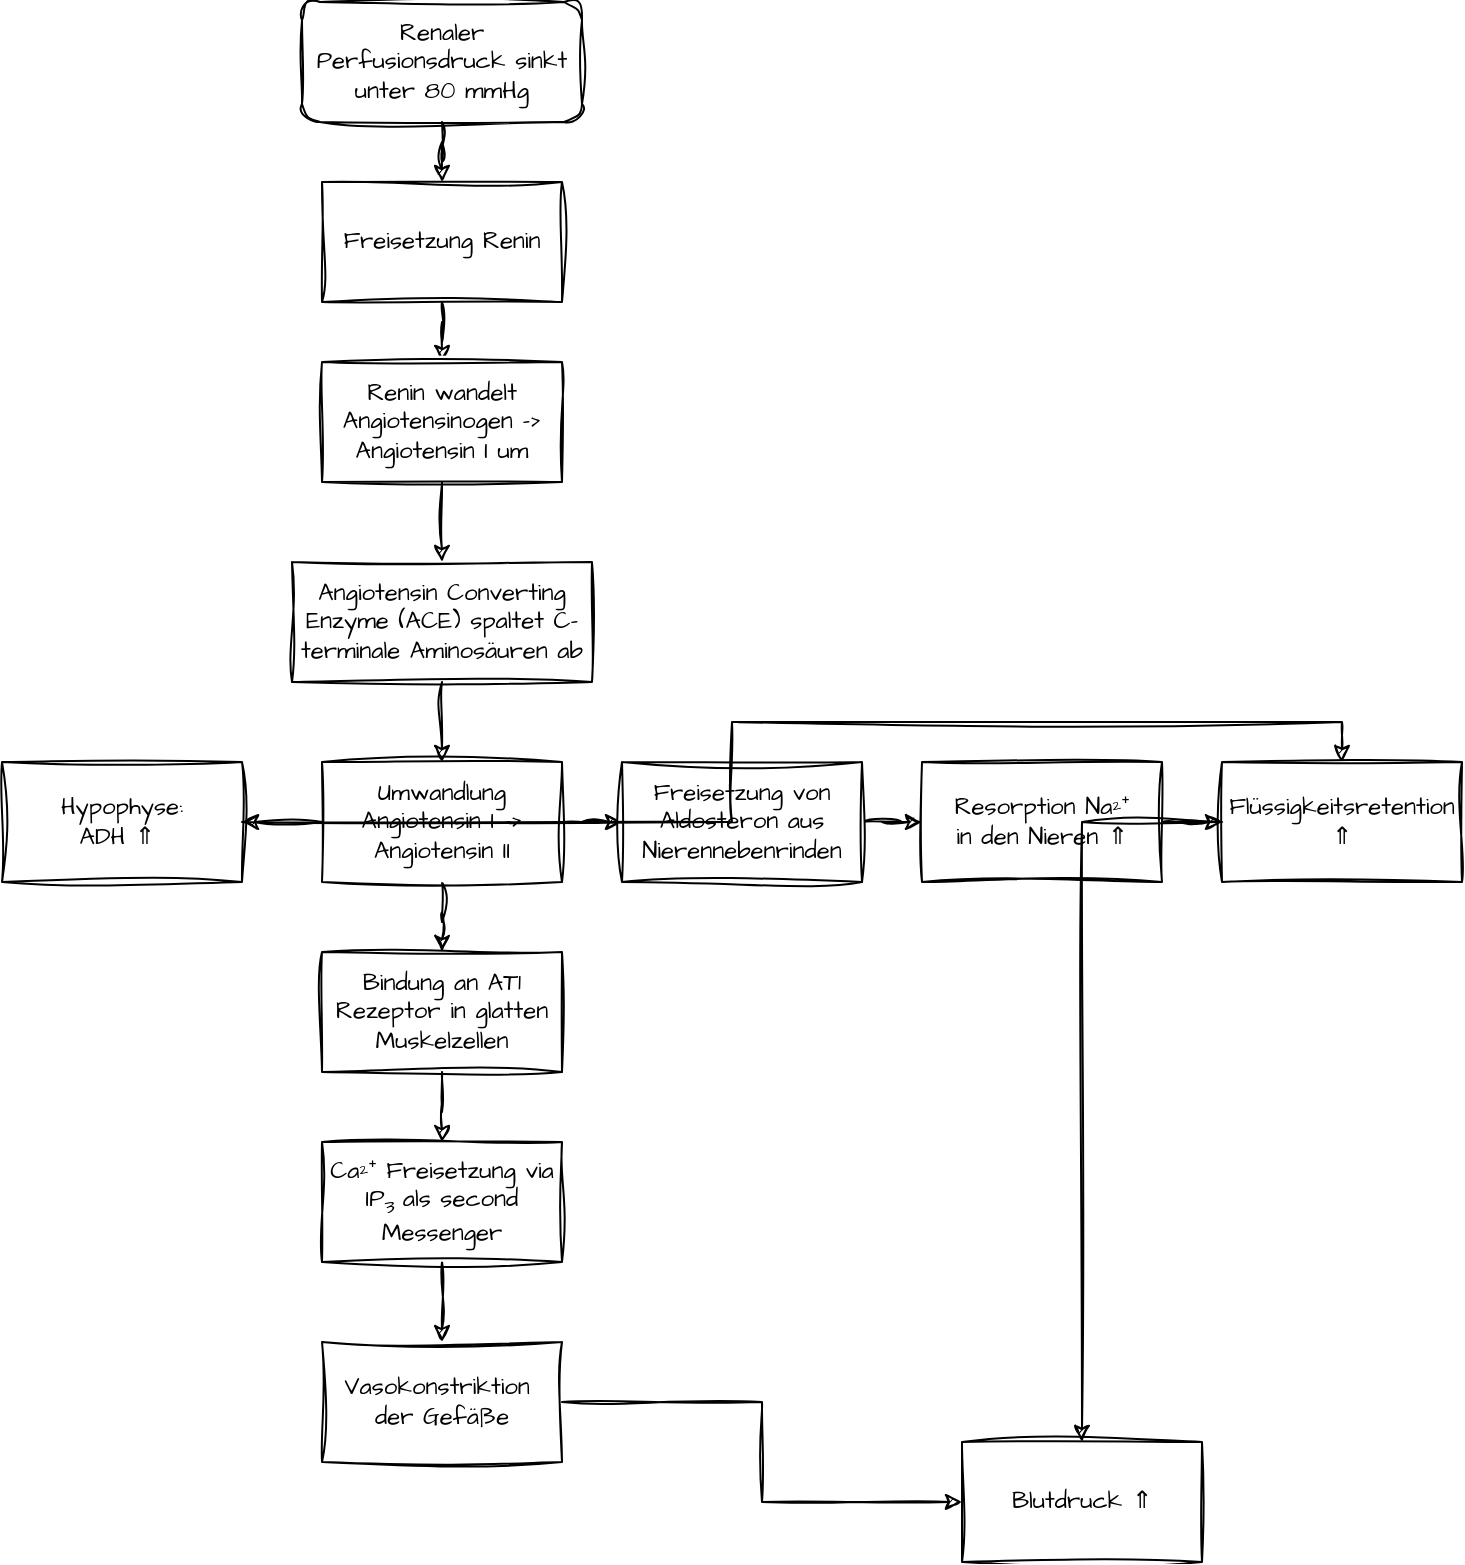
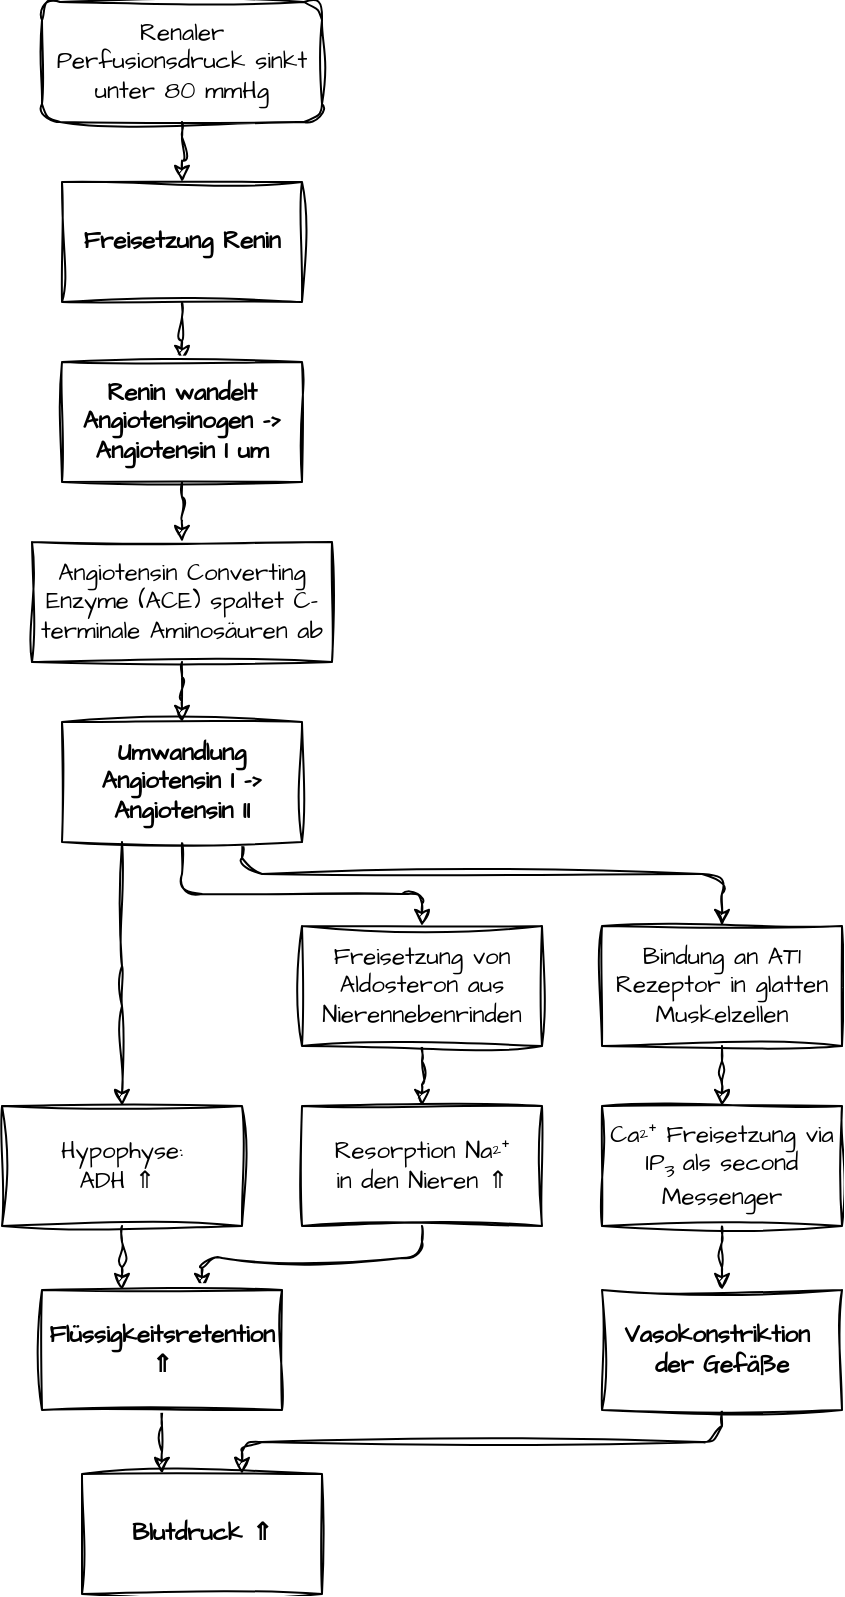
<mxfile host="app.diagrams.net">
  <diagram name="Seite-1" id="3vT7BCa4hSV5cuEZ7M_v">
    <mxGraphModel dx="845" dy="524" grid="1" gridSize="10" guides="1" tooltips="1" connect="1" arrows="1" fold="1" page="1" pageScale="1" pageWidth="1169" pageHeight="1169" math="0" shadow="0">
      <root>
        <mxCell id="0" />
        <mxCell id="1" parent="0" />
-         <mxCell id="sdY4kSpYT_L-ujRjTkg0-16" edge="1" parent="1" source="BMsZ626boooxKEdj5vMw-2" style="edgeStyle=orthogonalEdgeStyle;rounded=0;sketch=1;hachureGap=4;jiggle=2;curveFitting=1;orthogonalLoop=1;jettySize=auto;html=1;fontFamily=Architects Daughter;fontSource=https%3A%2F%2Ffonts.googleapis.com%2Fcss%3Ffamily%3DArchitects%2BDaughter;" target="BMsZ626boooxKEdj5vMw-3">
-           <mxGeometry relative="1" as="geometry" />
+         <mxCell id="sdY4kSpYT_L-ujRjTkg0-16" edge="1" parent="1" source="BMsZ626boooxKEdj5vMw-2" style="edgeStyle=orthogonalEdgeStyle;rounded=1;sketch=1;hachureGap=4;jiggle=2;curveFitting=1;orthogonalLoop=1;jettySize=auto;html=1;fontFamily=Architects Daughter;fontSource=https%3A%2F%2Ffonts.googleapis.com%2Fcss%3Ffamily%3DArchitects%2BDaughter;curved=0;exitX=0.5;exitY=1;entryX=0.5;entryY=0;" target="BMsZ626boooxKEdj5vMw-3">
+           <mxGeometry relative="1" as="geometry">
+             <Array as="points">
+               <mxPoint x="110" y="95" />
+             </Array>
+           </mxGeometry>
        </mxCell>
        <mxCell id="BMsZ626boooxKEdj5vMw-2" parent="1" style="rounded=1;whiteSpace=wrap;html=1;sketch=1;hachureGap=4;jiggle=2;curveFitting=1;fontFamily=Architects Daughter;fontSource=https%3A%2F%2Ffonts.googleapis.com%2Fcss%3Ffamily%3DArchitects%2BDaughter;" value="Renaler Perfusionsdruck sinkt unter 80 mmHg" vertex="1">
-           <mxGeometry height="60" width="140" x="170" y="110" as="geometry" />
+           <mxGeometry height="60" width="140" x="40" y="20" as="geometry" />
        </mxCell>
-         <mxCell id="sdY4kSpYT_L-ujRjTkg0-17" edge="1" parent="1" source="BMsZ626boooxKEdj5vMw-3" style="edgeStyle=orthogonalEdgeStyle;rounded=0;sketch=1;hachureGap=4;jiggle=2;curveFitting=1;orthogonalLoop=1;jettySize=auto;html=1;fontFamily=Architects Daughter;fontSource=https%3A%2F%2Ffonts.googleapis.com%2Fcss%3Ffamily%3DArchitects%2BDaughter;" target="BMsZ626boooxKEdj5vMw-4">
-           <mxGeometry relative="1" as="geometry" />
+         <mxCell id="sdY4kSpYT_L-ujRjTkg0-17" edge="1" parent="1" source="BMsZ626boooxKEdj5vMw-3" style="edgeStyle=orthogonalEdgeStyle;rounded=1;sketch=1;hachureGap=4;jiggle=2;curveFitting=1;orthogonalLoop=1;jettySize=auto;html=1;fontFamily=Architects Daughter;fontSource=https%3A%2F%2Ffonts.googleapis.com%2Fcss%3Ffamily%3DArchitects%2BDaughter;curved=0;exitX=0.5;exitY=1;entryX=0.5;entryY=0;" target="BMsZ626boooxKEdj5vMw-4">
+           <mxGeometry relative="1" as="geometry">
+             <Array as="points">
+               <mxPoint x="110" y="185" />
+             </Array>
+           </mxGeometry>
        </mxCell>
-         <mxCell id="BMsZ626boooxKEdj5vMw-3" parent="1" style="whiteSpace=wrap;html=1;sketch=1;hachureGap=4;jiggle=2;curveFitting=1;fontFamily=Architects Daughter;fontSource=https%3A%2F%2Ffonts.googleapis.com%2Fcss%3Ffamily%3DArchitects%2BDaughter;" value="Freisetzung Renin" vertex="1">
-           <mxGeometry height="60" width="120" x="180" y="200" as="geometry" />
+         <mxCell id="BMsZ626boooxKEdj5vMw-3" parent="1" style="whiteSpace=wrap;html=1;sketch=1;hachureGap=4;jiggle=2;curveFitting=1;fontFamily=Architects Daughter;fontSource=https%3A%2F%2Ffonts.googleapis.com%2Fcss%3Ffamily%3DArchitects%2BDaughter;fontStyle=1" value="Freisetzung Renin" vertex="1">
+           <mxGeometry height="60" width="120" x="50" y="110" as="geometry" />
        </mxCell>
-         <mxCell id="sdY4kSpYT_L-ujRjTkg0-18" edge="1" parent="1" source="BMsZ626boooxKEdj5vMw-4" style="edgeStyle=orthogonalEdgeStyle;rounded=0;sketch=1;hachureGap=4;jiggle=2;curveFitting=1;orthogonalLoop=1;jettySize=auto;html=1;fontFamily=Architects Daughter;fontSource=https%3A%2F%2Ffonts.googleapis.com%2Fcss%3Ffamily%3DArchitects%2BDaughter;" target="BMsZ626boooxKEdj5vMw-5">
-           <mxGeometry relative="1" as="geometry" />
+         <mxCell id="sdY4kSpYT_L-ujRjTkg0-18" edge="1" parent="1" source="BMsZ626boooxKEdj5vMw-4" style="edgeStyle=orthogonalEdgeStyle;rounded=1;sketch=1;hachureGap=4;jiggle=2;curveFitting=1;orthogonalLoop=1;jettySize=auto;html=1;fontFamily=Architects Daughter;fontSource=https%3A%2F%2Ffonts.googleapis.com%2Fcss%3Ffamily%3DArchitects%2BDaughter;curved=0;exitX=0.5;exitY=1;entryX=0.5;entryY=0;" target="BMsZ626boooxKEdj5vMw-5">
+           <mxGeometry relative="1" as="geometry">
+             <Array as="points">
+               <mxPoint x="110" y="275" />
+             </Array>
+           </mxGeometry>
        </mxCell>
-         <mxCell id="BMsZ626boooxKEdj5vMw-4" parent="1" style="whiteSpace=wrap;html=1;sketch=1;hachureGap=4;jiggle=2;curveFitting=1;fontFamily=Architects Daughter;fontSource=https%3A%2F%2Ffonts.googleapis.com%2Fcss%3Ffamily%3DArchitects%2BDaughter;" value="Renin wandelt Angiotensinogen -&amp;gt; Angiotensin I um" vertex="1">
-           <mxGeometry height="60" width="120" x="180" y="290" as="geometry" />
+         <mxCell id="BMsZ626boooxKEdj5vMw-4" parent="1" style="whiteSpace=wrap;html=1;sketch=1;hachureGap=4;jiggle=2;curveFitting=1;fontFamily=Architects Daughter;fontSource=https%3A%2F%2Ffonts.googleapis.com%2Fcss%3Ffamily%3DArchitects%2BDaughter;fontStyle=1" value="Renin wandelt Angiotensinogen -&amp;gt; Angiotensin I um" vertex="1">
+           <mxGeometry height="60" width="120" x="50" y="200" as="geometry" />
        </mxCell>
-         <mxCell id="sdY4kSpYT_L-ujRjTkg0-19" edge="1" parent="1" source="BMsZ626boooxKEdj5vMw-5" style="edgeStyle=orthogonalEdgeStyle;rounded=0;sketch=1;hachureGap=4;jiggle=2;curveFitting=1;orthogonalLoop=1;jettySize=auto;html=1;fontFamily=Architects Daughter;fontSource=https%3A%2F%2Ffonts.googleapis.com%2Fcss%3Ffamily%3DArchitects%2BDaughter;" target="BMsZ626boooxKEdj5vMw-7">
-           <mxGeometry relative="1" as="geometry" />
+         <mxCell id="sdY4kSpYT_L-ujRjTkg0-19" edge="1" parent="1" source="BMsZ626boooxKEdj5vMw-5" style="edgeStyle=orthogonalEdgeStyle;rounded=1;sketch=1;hachureGap=4;jiggle=2;curveFitting=1;orthogonalLoop=1;jettySize=auto;html=1;fontFamily=Architects Daughter;fontSource=https%3A%2F%2Ffonts.googleapis.com%2Fcss%3Ffamily%3DArchitects%2BDaughter;curved=0;exitX=0.5;exitY=1;entryX=0.5;entryY=0;" target="BMsZ626boooxKEdj5vMw-7">
+           <mxGeometry relative="1" as="geometry">
+             <Array as="points">
+               <mxPoint x="110" y="365" />
+             </Array>
+           </mxGeometry>
        </mxCell>
        <mxCell id="BMsZ626boooxKEdj5vMw-5" parent="1" style="whiteSpace=wrap;html=1;sketch=1;hachureGap=4;jiggle=2;curveFitting=1;fontFamily=Architects Daughter;fontSource=https%3A%2F%2Ffonts.googleapis.com%2Fcss%3Ffamily%3DArchitects%2BDaughter;" value="Angiotensin Converting Enzyme (ACE) spaltet C-terminale Aminosäuren ab" vertex="1">
-           <mxGeometry height="60" width="150" x="165" y="390" as="geometry" />
+           <mxGeometry height="60" width="150" x="35" y="290" as="geometry" />
        </mxCell>
-         <mxCell id="sdY4kSpYT_L-ujRjTkg0-7" edge="1" parent="1" source="BMsZ626boooxKEdj5vMw-7" style="edgeStyle=orthogonalEdgeStyle;rounded=0;sketch=1;hachureGap=4;jiggle=2;curveFitting=1;orthogonalLoop=1;jettySize=auto;html=1;fontFamily=Architects Daughter;fontSource=https%3A%2F%2Ffonts.googleapis.com%2Fcss%3Ffamily%3DArchitects%2BDaughter;" target="sdY4kSpYT_L-ujRjTkg0-6">
-           <mxGeometry relative="1" as="geometry" />
+         <mxCell id="sdY4kSpYT_L-ujRjTkg0-7" edge="1" parent="1" source="BMsZ626boooxKEdj5vMw-7" style="edgeStyle=orthogonalEdgeStyle;rounded=1;sketch=1;hachureGap=4;jiggle=2;curveFitting=1;orthogonalLoop=1;jettySize=auto;html=1;fontFamily=Architects Daughter;fontSource=https%3A%2F%2Ffonts.googleapis.com%2Fcss%3Ffamily%3DArchitects%2BDaughter;curved=0;exitX=0.25;exitY=1;entryX=0.5;entryY=0;" target="sdY4kSpYT_L-ujRjTkg0-6">
+           <mxGeometry relative="1" as="geometry">
+             <Array as="points">
+               <mxPoint x="80" y="512" />
+             </Array>
+           </mxGeometry>
        </mxCell>
-         <mxCell id="sdY4kSpYT_L-ujRjTkg0-8" edge="1" parent="1" source="BMsZ626boooxKEdj5vMw-7" style="edgeStyle=orthogonalEdgeStyle;rounded=0;sketch=1;hachureGap=4;jiggle=2;curveFitting=1;orthogonalLoop=1;jettySize=auto;html=1;fontFamily=Architects Daughter;fontSource=https%3A%2F%2Ffonts.googleapis.com%2Fcss%3Ffamily%3DArchitects%2BDaughter;" target="BMsZ626boooxKEdj5vMw-8">
-           <mxGeometry relative="1" as="geometry" />
+         <mxCell id="sdY4kSpYT_L-ujRjTkg0-8" edge="1" parent="1" source="BMsZ626boooxKEdj5vMw-7" style="edgeStyle=orthogonalEdgeStyle;rounded=1;sketch=1;hachureGap=4;jiggle=2;curveFitting=1;orthogonalLoop=1;jettySize=auto;html=1;fontFamily=Architects Daughter;fontSource=https%3A%2F%2Ffonts.googleapis.com%2Fcss%3Ffamily%3DArchitects%2BDaughter;curved=0;exitX=0.5;exitY=1;entryX=0.5;entryY=0;" target="BMsZ626boooxKEdj5vMw-8">
+           <mxGeometry relative="1" as="geometry">
+             <Array as="points">
+               <mxPoint x="110" y="466" />
+               <mxPoint x="230" y="466" />
+             </Array>
+           </mxGeometry>
        </mxCell>
-         <mxCell id="sdY4kSpYT_L-ujRjTkg0-13" edge="1" parent="1" source="BMsZ626boooxKEdj5vMw-7" style="edgeStyle=orthogonalEdgeStyle;rounded=0;sketch=1;hachureGap=4;jiggle=2;curveFitting=1;orthogonalLoop=1;jettySize=auto;html=1;fontFamily=Architects Daughter;fontSource=https%3A%2F%2Ffonts.googleapis.com%2Fcss%3Ffamily%3DArchitects%2BDaughter;" target="sdY4kSpYT_L-ujRjTkg0-1">
-           <mxGeometry relative="1" as="geometry" />
+         <mxCell id="sdY4kSpYT_L-ujRjTkg0-13" edge="1" parent="1" source="BMsZ626boooxKEdj5vMw-7" style="edgeStyle=orthogonalEdgeStyle;rounded=1;sketch=1;hachureGap=4;jiggle=2;curveFitting=1;orthogonalLoop=1;jettySize=auto;html=1;fontFamily=Architects Daughter;fontSource=https%3A%2F%2Ffonts.googleapis.com%2Fcss%3Ffamily%3DArchitects%2BDaughter;curved=0;exitX=0.75;exitY=1;entryX=0.5;entryY=0;" target="sdY4kSpYT_L-ujRjTkg0-1">
+           <mxGeometry relative="1" as="geometry">
+             <Array as="points">
+               <mxPoint x="140" y="456" />
+               <mxPoint x="380" y="456" />
+             </Array>
+           </mxGeometry>
        </mxCell>
-         <mxCell id="BMsZ626boooxKEdj5vMw-7" parent="1" style="whiteSpace=wrap;html=1;sketch=1;hachureGap=4;jiggle=2;curveFitting=1;fontFamily=Architects Daughter;fontSource=https%3A%2F%2Ffonts.googleapis.com%2Fcss%3Ffamily%3DArchitects%2BDaughter;" value="Umwandlung Angiotensin I -&amp;gt; Angiotensin II" vertex="1">
-           <mxGeometry height="60" width="120" x="180" y="490" as="geometry" />
+         <mxCell id="BMsZ626boooxKEdj5vMw-7" parent="1" style="whiteSpace=wrap;html=1;sketch=1;hachureGap=4;jiggle=2;curveFitting=1;fontFamily=Architects Daughter;fontSource=https%3A%2F%2Ffonts.googleapis.com%2Fcss%3Ffamily%3DArchitects%2BDaughter;fontStyle=1" value="Umwandlung Angiotensin I -&amp;gt; Angiotensin II" vertex="1">
+           <mxGeometry height="60" width="120" x="50" y="380" as="geometry" />
        </mxCell>
-         <mxCell id="sdY4kSpYT_L-ujRjTkg0-9" edge="1" parent="1" source="BMsZ626boooxKEdj5vMw-8" style="edgeStyle=orthogonalEdgeStyle;rounded=0;sketch=1;hachureGap=4;jiggle=2;curveFitting=1;orthogonalLoop=1;jettySize=auto;html=1;fontFamily=Architects Daughter;fontSource=https%3A%2F%2Ffonts.googleapis.com%2Fcss%3Ffamily%3DArchitects%2BDaughter;" target="sdY4kSpYT_L-ujRjTkg0-4">
-           <mxGeometry relative="1" as="geometry" />
+         <mxCell id="sdY4kSpYT_L-ujRjTkg0-9" edge="1" parent="1" source="BMsZ626boooxKEdj5vMw-8" style="edgeStyle=orthogonalEdgeStyle;rounded=1;sketch=1;hachureGap=4;jiggle=2;curveFitting=1;orthogonalLoop=1;jettySize=auto;html=1;fontFamily=Architects Daughter;fontSource=https%3A%2F%2Ffonts.googleapis.com%2Fcss%3Ffamily%3DArchitects%2BDaughter;curved=0;exitX=0.5;exitY=1;entryX=0.5;entryY=0;" target="sdY4kSpYT_L-ujRjTkg0-4">
+           <mxGeometry relative="1" as="geometry">
+             <Array as="points">
+               <mxPoint x="230" y="557" />
+             </Array>
+           </mxGeometry>
        </mxCell>
        <mxCell id="BMsZ626boooxKEdj5vMw-8" parent="1" style="whiteSpace=wrap;html=1;sketch=1;hachureGap=4;jiggle=2;curveFitting=1;fontFamily=Architects Daughter;fontSource=https%3A%2F%2Ffonts.googleapis.com%2Fcss%3Ffamily%3DArchitects%2BDaughter;" value="Freisetzung von Aldosteron aus Nierennebenrinden" vertex="1">
-           <mxGeometry height="60" width="120" x="330" y="490" as="geometry" />
+           <mxGeometry height="60" width="120" x="170" y="482" as="geometry" />
        </mxCell>
-         <mxCell id="sdY4kSpYT_L-ujRjTkg0-14" edge="1" parent="1" source="sdY4kSpYT_L-ujRjTkg0-1" style="edgeStyle=orthogonalEdgeStyle;rounded=0;sketch=1;hachureGap=4;jiggle=2;curveFitting=1;orthogonalLoop=1;jettySize=auto;html=1;entryX=0.5;entryY=0;entryDx=0;entryDy=0;fontFamily=Architects Daughter;fontSource=https%3A%2F%2Ffonts.googleapis.com%2Fcss%3Ffamily%3DArchitects%2BDaughter;" target="sdY4kSpYT_L-ujRjTkg0-2">
-           <mxGeometry relative="1" as="geometry" />
+         <mxCell id="sdY4kSpYT_L-ujRjTkg0-14" edge="1" parent="1" source="sdY4kSpYT_L-ujRjTkg0-1" style="edgeStyle=orthogonalEdgeStyle;rounded=1;sketch=1;hachureGap=4;jiggle=2;curveFitting=1;orthogonalLoop=1;jettySize=auto;html=1;entryDx=0;entryDy=0;fontFamily=Architects Daughter;fontSource=https%3A%2F%2Ffonts.googleapis.com%2Fcss%3Ffamily%3DArchitects%2BDaughter;curved=0;exitX=0.5;exitY=1;entryX=0.5;entryY=0;" target="sdY4kSpYT_L-ujRjTkg0-2">
+           <mxGeometry relative="1" as="geometry">
+             <Array as="points">
+               <mxPoint x="380" y="557" />
+             </Array>
+           </mxGeometry>
        </mxCell>
        <mxCell id="sdY4kSpYT_L-ujRjTkg0-1" parent="1" style="whiteSpace=wrap;html=1;sketch=1;hachureGap=4;jiggle=2;curveFitting=1;fontFamily=Architects Daughter;fontSource=https%3A%2F%2Ffonts.googleapis.com%2Fcss%3Ffamily%3DArchitects%2BDaughter;" value="Bindung an AT1 Rezeptor in glatten Muskelzellen" vertex="1">
-           <mxGeometry height="60" width="120" x="180" y="585" as="geometry" />
+           <mxGeometry height="60" width="120" x="320" y="482" as="geometry" />
        </mxCell>
-         <mxCell id="sdY4kSpYT_L-ujRjTkg0-15" edge="1" parent="1" source="sdY4kSpYT_L-ujRjTkg0-2" style="edgeStyle=orthogonalEdgeStyle;rounded=0;sketch=1;hachureGap=4;jiggle=2;curveFitting=1;orthogonalLoop=1;jettySize=auto;html=1;entryX=0.5;entryY=0;entryDx=0;entryDy=0;fontFamily=Architects Daughter;fontSource=https%3A%2F%2Ffonts.googleapis.com%2Fcss%3Ffamily%3DArchitects%2BDaughter;" target="sdY4kSpYT_L-ujRjTkg0-3">
-           <mxGeometry relative="1" as="geometry" />
+         <mxCell id="sdY4kSpYT_L-ujRjTkg0-15" edge="1" parent="1" source="sdY4kSpYT_L-ujRjTkg0-2" style="edgeStyle=orthogonalEdgeStyle;rounded=1;sketch=1;hachureGap=4;jiggle=2;curveFitting=1;orthogonalLoop=1;jettySize=auto;html=1;entryDx=0;entryDy=0;fontFamily=Architects Daughter;fontSource=https%3A%2F%2Ffonts.googleapis.com%2Fcss%3Ffamily%3DArchitects%2BDaughter;curved=0;exitX=0.5;exitY=1;entryX=0.5;entryY=0;" target="sdY4kSpYT_L-ujRjTkg0-3">
+           <mxGeometry relative="1" as="geometry">
+             <Array as="points">
+               <mxPoint x="380" y="648" />
+             </Array>
+           </mxGeometry>
        </mxCell>
        <mxCell id="sdY4kSpYT_L-ujRjTkg0-2" parent="1" style="whiteSpace=wrap;html=1;sketch=1;hachureGap=4;jiggle=2;curveFitting=1;fontFamily=Architects Daughter;fontSource=https%3A%2F%2Ffonts.googleapis.com%2Fcss%3Ffamily%3DArchitects%2BDaughter;" value="Ca²⁺ Freisetzung via IP&lt;sub&gt;3 &lt;/sub&gt;als second Messenger" vertex="1">
-           <mxGeometry height="60" width="120" x="180" y="680" as="geometry" />
+           <mxGeometry height="60" width="120" x="320" y="572" as="geometry" />
        </mxCell>
-         <mxCell id="sdY4kSpYT_L-ujRjTkg0-21" edge="1" parent="1" source="sdY4kSpYT_L-ujRjTkg0-3" style="edgeStyle=orthogonalEdgeStyle;rounded=0;sketch=1;hachureGap=4;jiggle=2;curveFitting=1;orthogonalLoop=1;jettySize=auto;html=1;fontFamily=Architects Daughter;fontSource=https%3A%2F%2Ffonts.googleapis.com%2Fcss%3Ffamily%3DArchitects%2BDaughter;" target="sdY4kSpYT_L-ujRjTkg0-20">
-           <mxGeometry relative="1" as="geometry" />
+         <mxCell id="sdY4kSpYT_L-ujRjTkg0-21" edge="1" parent="1" source="sdY4kSpYT_L-ujRjTkg0-3" style="edgeStyle=orthogonalEdgeStyle;rounded=1;sketch=1;hachureGap=4;jiggle=2;curveFitting=1;orthogonalLoop=1;jettySize=auto;html=1;fontFamily=Architects Daughter;fontSource=https%3A%2F%2Ffonts.googleapis.com%2Fcss%3Ffamily%3DArchitects%2BDaughter;curved=0;exitX=0.5;exitY=1;entryX=0.6667;entryY=0;" target="sdY4kSpYT_L-ujRjTkg0-20">
+           <mxGeometry relative="1" as="geometry">
+             <Array as="points">
+               <mxPoint x="380" y="740" />
+               <mxPoint x="140" y="740" />
+             </Array>
+           </mxGeometry>
        </mxCell>
-         <mxCell id="sdY4kSpYT_L-ujRjTkg0-3" parent="1" style="whiteSpace=wrap;html=1;sketch=1;hachureGap=4;jiggle=2;curveFitting=1;fontFamily=Architects Daughter;fontSource=https%3A%2F%2Ffonts.googleapis.com%2Fcss%3Ffamily%3DArchitects%2BDaughter;" value="Vasokonstriktion&amp;nbsp;&lt;br&gt;der Gefäße" vertex="1">
-           <mxGeometry height="60" width="120" x="180" y="780" as="geometry" />
+         <mxCell id="sdY4kSpYT_L-ujRjTkg0-3" parent="1" style="whiteSpace=wrap;html=1;sketch=1;hachureGap=4;jiggle=2;curveFitting=1;fontFamily=Architects Daughter;fontSource=https%3A%2F%2Ffonts.googleapis.com%2Fcss%3Ffamily%3DArchitects%2BDaughter;fontStyle=1" value="Vasokonstriktion&amp;nbsp;&lt;br&gt;der Gefäße" vertex="1">
+           <mxGeometry height="60" width="120" x="320" y="664" as="geometry" />
        </mxCell>
-         <mxCell id="sdY4kSpYT_L-ujRjTkg0-10" edge="1" parent="1" source="sdY4kSpYT_L-ujRjTkg0-4" style="edgeStyle=orthogonalEdgeStyle;rounded=0;sketch=1;hachureGap=4;jiggle=2;curveFitting=1;orthogonalLoop=1;jettySize=auto;html=1;fontFamily=Architects Daughter;fontSource=https%3A%2F%2Ffonts.googleapis.com%2Fcss%3Ffamily%3DArchitects%2BDaughter;" target="sdY4kSpYT_L-ujRjTkg0-5">
-           <mxGeometry relative="1" as="geometry" />
+         <mxCell id="sdY4kSpYT_L-ujRjTkg0-10" edge="1" parent="1" source="sdY4kSpYT_L-ujRjTkg0-4" style="edgeStyle=orthogonalEdgeStyle;rounded=1;sketch=1;hachureGap=4;jiggle=2;curveFitting=1;orthogonalLoop=1;jettySize=auto;html=1;fontFamily=Architects Daughter;fontSource=https%3A%2F%2Ffonts.googleapis.com%2Fcss%3Ffamily%3DArchitects%2BDaughter;curved=0;exitX=0.5;exitY=1;entryX=0.6667;entryY=0;" target="sdY4kSpYT_L-ujRjTkg0-5">
+           <mxGeometry relative="1" as="geometry">
+             <Array as="points">
+               <mxPoint x="230" y="648" />
+               <mxPoint x="120" y="648" />
+             </Array>
+           </mxGeometry>
        </mxCell>
        <mxCell id="sdY4kSpYT_L-ujRjTkg0-4" parent="1" style="whiteSpace=wrap;html=1;sketch=1;hachureGap=4;jiggle=2;curveFitting=1;fontFamily=Architects Daughter;fontSource=https%3A%2F%2Ffonts.googleapis.com%2Fcss%3Ffamily%3DArchitects%2BDaughter;" value="Resorption Na²⁺&lt;br&gt;in den Nieren ⇑" vertex="1">
-           <mxGeometry height="60" width="120" x="480" y="490" as="geometry" />
+           <mxGeometry height="60" width="120" x="170" y="572" as="geometry" />
        </mxCell>
-         <mxCell id="sdY4kSpYT_L-ujRjTkg0-22" edge="1" parent="1" source="sdY4kSpYT_L-ujRjTkg0-5" style="edgeStyle=orthogonalEdgeStyle;rounded=0;sketch=1;hachureGap=4;jiggle=2;curveFitting=1;orthogonalLoop=1;jettySize=auto;html=1;fontFamily=Architects Daughter;fontSource=https%3A%2F%2Ffonts.googleapis.com%2Fcss%3Ffamily%3DArchitects%2BDaughter;" target="sdY4kSpYT_L-ujRjTkg0-20">
-           <mxGeometry relative="1" as="geometry" />
+         <mxCell id="sdY4kSpYT_L-ujRjTkg0-22" edge="1" parent="1" source="sdY4kSpYT_L-ujRjTkg0-5" style="edgeStyle=orthogonalEdgeStyle;rounded=1;sketch=1;hachureGap=4;jiggle=2;curveFitting=1;orthogonalLoop=1;jettySize=auto;html=1;fontFamily=Architects Daughter;fontSource=https%3A%2F%2Ffonts.googleapis.com%2Fcss%3Ffamily%3DArchitects%2BDaughter;curved=0;exitX=0.5;exitY=1;entryX=0.3333;entryY=0;" target="sdY4kSpYT_L-ujRjTkg0-20">
+           <mxGeometry relative="1" as="geometry">
+             <Array as="points">
+               <mxPoint x="100" y="740" />
+             </Array>
+           </mxGeometry>
        </mxCell>
-         <mxCell id="sdY4kSpYT_L-ujRjTkg0-5" parent="1" style="whiteSpace=wrap;html=1;sketch=1;hachureGap=4;jiggle=2;curveFitting=1;fontFamily=Architects Daughter;fontSource=https%3A%2F%2Ffonts.googleapis.com%2Fcss%3Ffamily%3DArchitects%2BDaughter;" value="Flüssigkeitsretention ⇑" vertex="1">
-           <mxGeometry height="60" width="120" x="630" y="490" as="geometry" />
+         <mxCell id="sdY4kSpYT_L-ujRjTkg0-5" parent="1" style="whiteSpace=wrap;html=1;sketch=1;hachureGap=4;jiggle=2;curveFitting=1;fontFamily=Architects Daughter;fontSource=https%3A%2F%2Ffonts.googleapis.com%2Fcss%3Ffamily%3DArchitects%2BDaughter;fontStyle=1" value="Flüssigkeitsretention ⇑" vertex="1">
+           <mxGeometry height="60" width="120" x="40" y="664" as="geometry" />
        </mxCell>
-         <mxCell id="sdY4kSpYT_L-ujRjTkg0-12" edge="1" parent="1" source="sdY4kSpYT_L-ujRjTkg0-6" style="edgeStyle=orthogonalEdgeStyle;rounded=0;sketch=1;hachureGap=4;jiggle=2;curveFitting=1;orthogonalLoop=1;jettySize=auto;html=1;entryX=0.5;entryY=0;entryDx=0;entryDy=0;fontFamily=Architects Daughter;fontSource=https%3A%2F%2Ffonts.googleapis.com%2Fcss%3Ffamily%3DArchitects%2BDaughter;" target="sdY4kSpYT_L-ujRjTkg0-5">
-           <mxGeometry relative="1" as="geometry" />
+         <mxCell id="sdY4kSpYT_L-ujRjTkg0-12" edge="1" parent="1" source="sdY4kSpYT_L-ujRjTkg0-6" style="edgeStyle=orthogonalEdgeStyle;rounded=1;sketch=1;hachureGap=4;jiggle=2;curveFitting=1;orthogonalLoop=1;jettySize=auto;html=1;entryDx=0;entryDy=0;fontFamily=Architects Daughter;fontSource=https%3A%2F%2Ffonts.googleapis.com%2Fcss%3Ffamily%3DArchitects%2BDaughter;curved=0;exitX=0.5;exitY=1;entryX=0.3333;entryY=0;" target="sdY4kSpYT_L-ujRjTkg0-5">
+           <mxGeometry relative="1" as="geometry">
+             <Array as="points">
+               <mxPoint x="80" y="648" />
+             </Array>
+           </mxGeometry>
        </mxCell>
        <mxCell id="sdY4kSpYT_L-ujRjTkg0-6" parent="1" style="whiteSpace=wrap;html=1;sketch=1;hachureGap=4;jiggle=2;curveFitting=1;fontFamily=Architects Daughter;fontSource=https%3A%2F%2Ffonts.googleapis.com%2Fcss%3Ffamily%3DArchitects%2BDaughter;" value="Hypophyse:&lt;br&gt;ADH ⇑&amp;nbsp;" vertex="1">
-           <mxGeometry height="60" width="120" x="20" y="490" as="geometry" />
+           <mxGeometry height="60" width="120" x="20" y="572" as="geometry" />
        </mxCell>
-         <mxCell id="sdY4kSpYT_L-ujRjTkg0-20" parent="1" style="whiteSpace=wrap;html=1;sketch=1;hachureGap=4;jiggle=2;curveFitting=1;fontFamily=Architects Daughter;fontSource=https%3A%2F%2Ffonts.googleapis.com%2Fcss%3Ffamily%3DArchitects%2BDaughter;" value="Blutdruck ⇑" vertex="1">
-           <mxGeometry height="60" width="120" x="500" y="830" as="geometry" />
+         <mxCell id="sdY4kSpYT_L-ujRjTkg0-20" parent="1" style="whiteSpace=wrap;html=1;sketch=1;hachureGap=4;jiggle=2;curveFitting=1;fontFamily=Architects Daughter;fontSource=https%3A%2F%2Ffonts.googleapis.com%2Fcss%3Ffamily%3DArchitects%2BDaughter;fontStyle=1" value="Blutdruck ⇑" vertex="1">
+           <mxGeometry height="60" width="120" x="60" y="756" as="geometry" />
        </mxCell>
      </root>
    </mxGraphModel>
  </diagram>
</mxfile>
